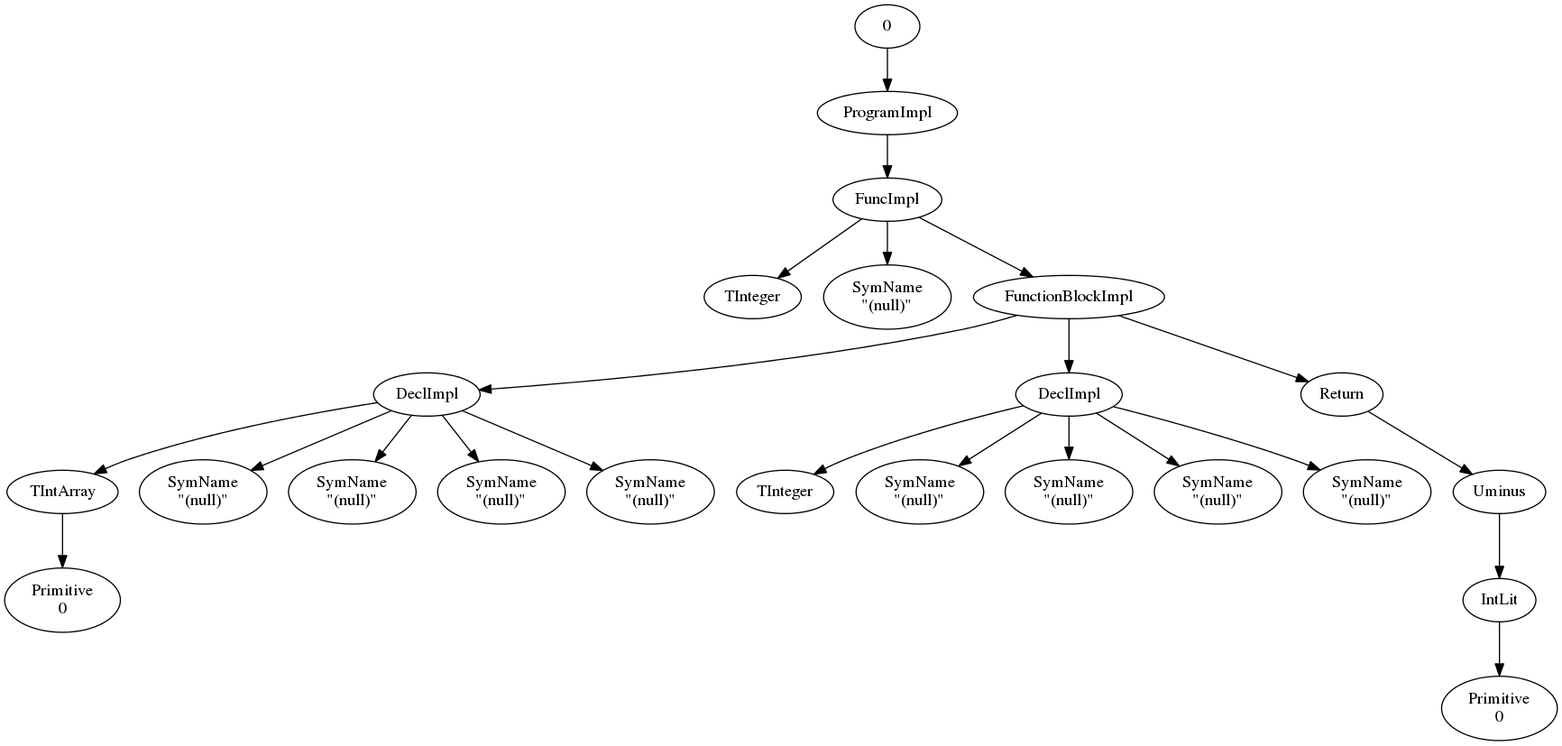
This is ast/testProgram.png from drewtaylors/cs160, a Graphviz export, as it was before one commit. Its source is kept beside it as ast/testProgram.dot. Source of this version:
```dot
digraph G {
"0" -> "1"
"1" [label="ProgramImpl"]
"1" -> "2"
"2" [label="FuncImpl"]
"2" -> "3"
"3" [label="TInteger"]
"2" -> "4"
"4" [label="SymName\n\"(null)\""]
"2" -> "5"
"5" [label="FunctionBlockImpl"]
"5" -> "6"
"6" [label="DeclImpl"]
"6" -> "7"
"7" [label="TIntArray"]
"7" -> "8"
"8" [label="Primitive\n0"]
"6" -> "9"
"9" [label="SymName\n\"(null)\""]
"6" -> "10"
"10" [label="SymName\n\"(null)\""]
"6" -> "11"
"11" [label="SymName\n\"(null)\""]
"6" -> "12"
"12" [label="SymName\n\"(null)\""]
"5" -> "13"
"13" [label="DeclImpl"]
"13" -> "14"
"14" [label="TInteger"]
"13" -> "15"
"15" [label="SymName\n\"(null)\""]
"13" -> "16"
"16" [label="SymName\n\"(null)\""]
"13" -> "17"
"17" [label="SymName\n\"(null)\""]
"13" -> "18"
"18" [label="SymName\n\"(null)\""]
"5" -> "19"
"19" [label="Return"]
"19" -> "20"
"20" [label="Uminus"]
"20" -> "21"
"21" [label="IntLit"]
"21" -> "22"
"22" [label="Primitive\n0"]
};
```
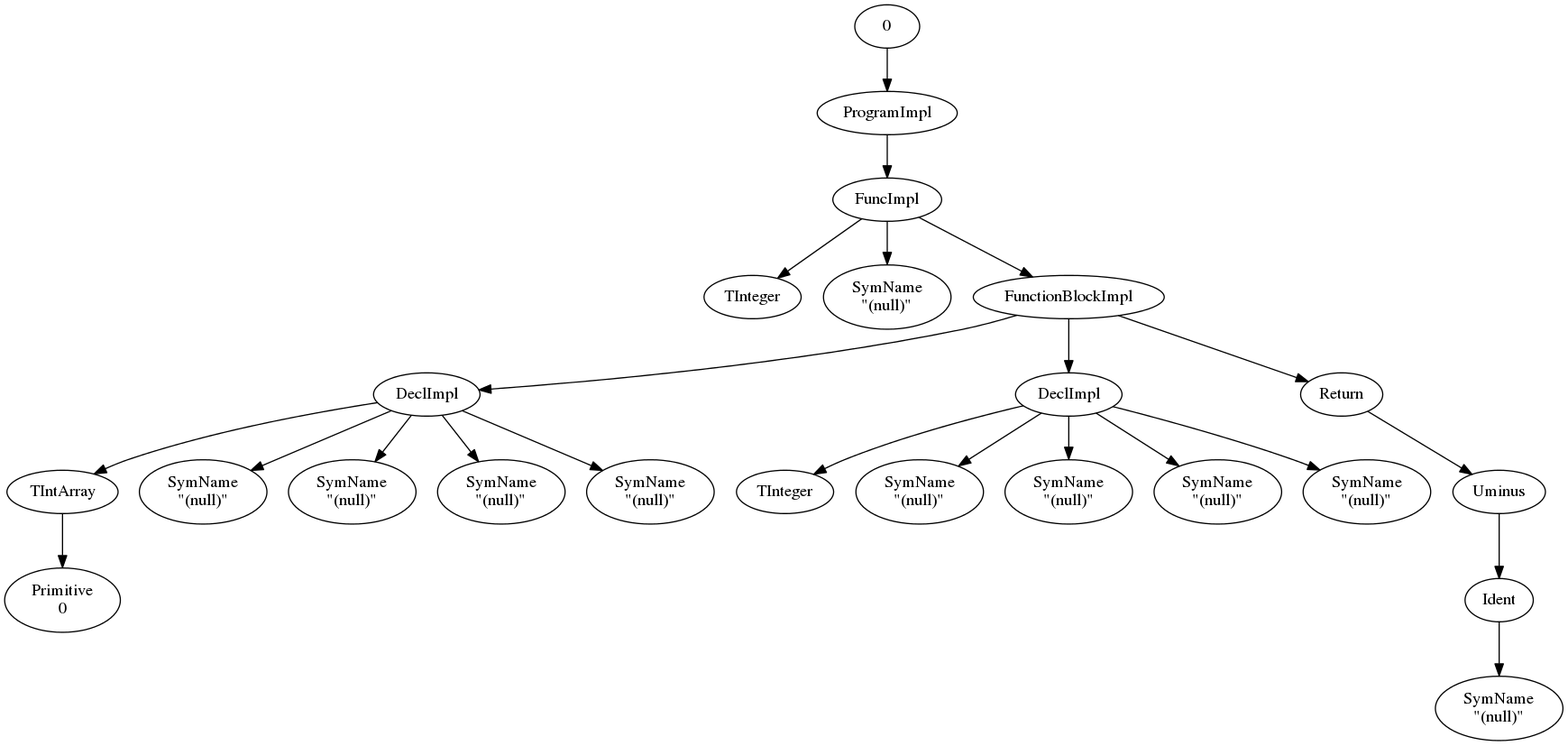
Above is the later version.

What changed in the source:
```diff
@@ -40,7 +40,7 @@
 "19" -> "20"
 "20" [label="Uminus"]
 "20" -> "21"
-"21" [label="IntLit"]
+"21" [label="Ident"]
 "21" -> "22"
-"22" [label="Primitive\n0"]
+"22" [label="SymName\n\"(null)\""]
 };
```
